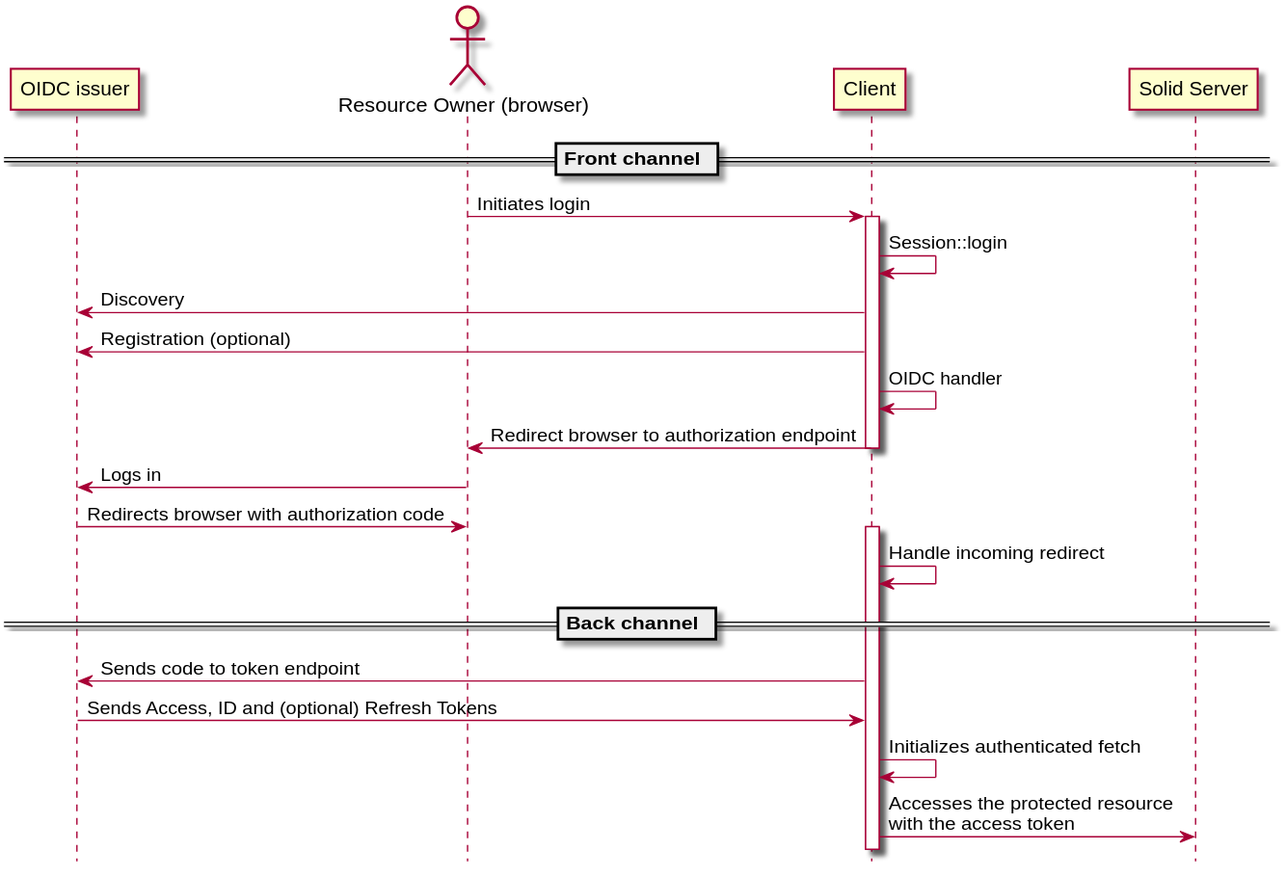
Above: documentation/diagrams/auth_code_flow.svg in inrupt/solid-client-authn-js (PlantUML), before the change. Source of this version:
```plantuml
@startuml

hide footbox

participant Issuer as "OIDC issuer"
actor RO as "Resource Owner (browser)"
participant Client
participant "Solid Server"

== Front channel ==

RO -> Client: Initiates login
activate Client
Client -> Client: Session::login
Client -> Issuer: Discovery
Client -> Issuer: Registration (optional)
Client -> Client: OIDC handler
Client -> RO: Redirect browser to authorization endpoint
deactivate Client
RO -> Issuer: Logs in
Issuer -> RO: Redirects browser with authorization code
activate Client
Client -> Client: Handle incoming redirect

== Back channel ==

Client -> Issuer: Sends code to token endpoint
Issuer -> Client: Sends Access, ID and (optional) Refresh Tokens
Client -> Client: Initializes authenticated fetch
Client -> "Solid Server": Accesses the protected resource\nwith the access token

@enduml
```
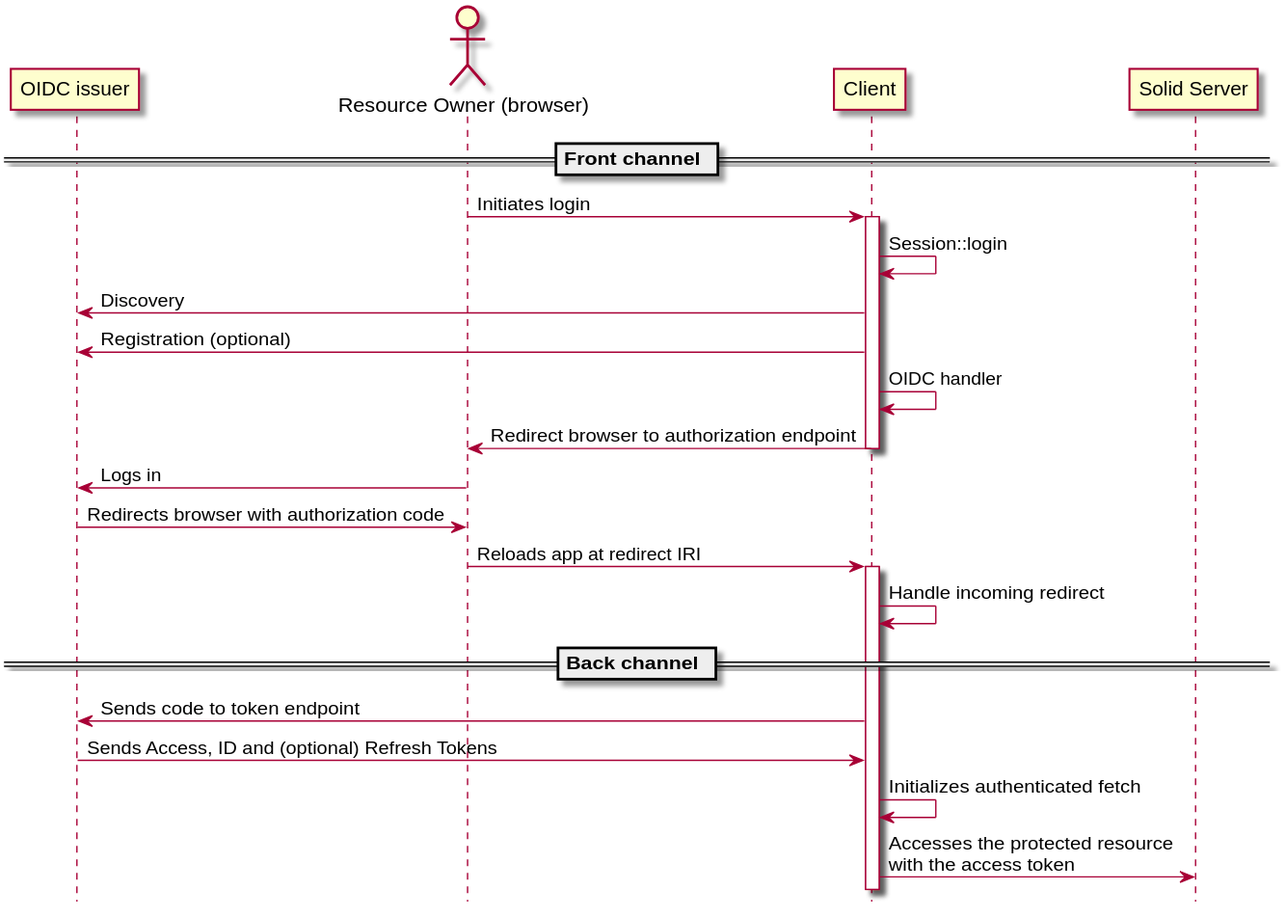
The same file after the commit.

Commit message:
Clarify redirection in auth code flow

Change to the diagram source:
```diff
@@ -19,6 +19,7 @@
 deactivate Client
 RO -> Issuer: Logs in
 Issuer -> RO: Redirects browser with authorization code
+RO -> Client: Reloads app at redirect IRI
 activate Client
 Client -> Client: Handle incoming redirect
 
```
